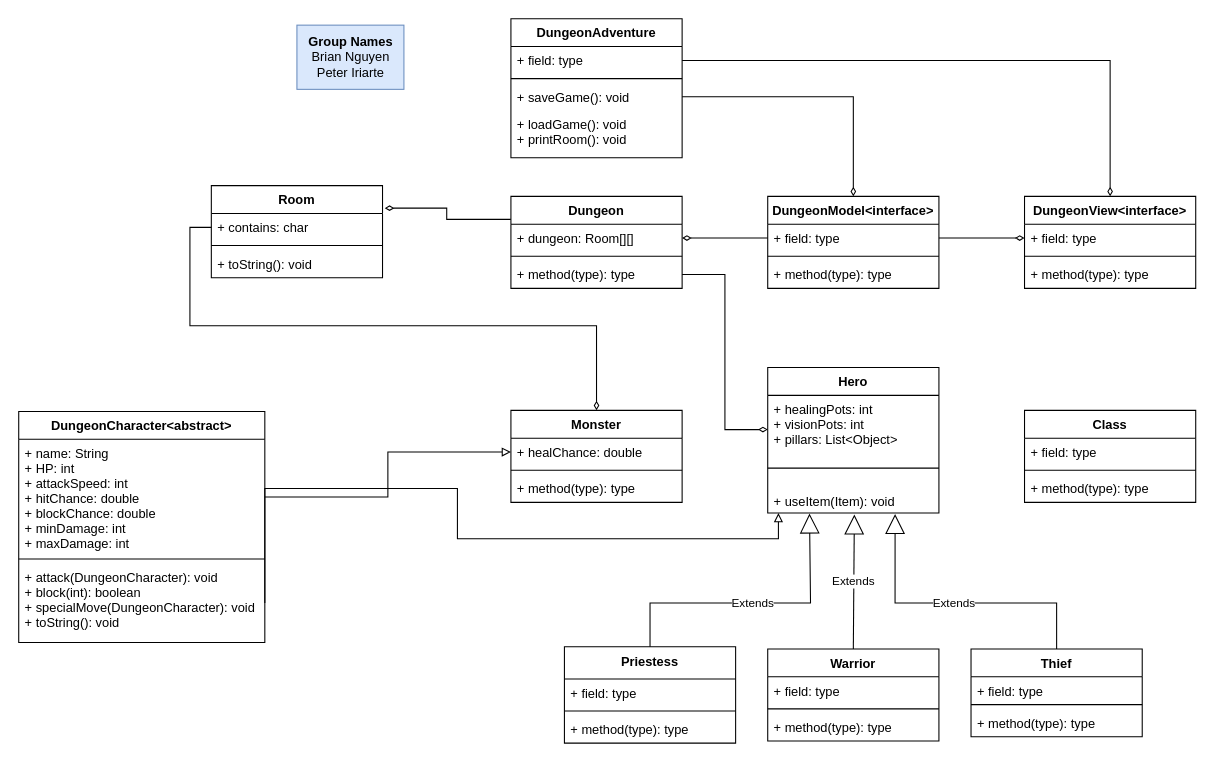
dapinkone/TCSS360DungeonAdventure keeps this draw.io diagram as Dungeon.drawio. Above is the earlier version. Source tidied: cells renumbered, new cells numbered last; positions are measured from the earlier drawing's top-left corner, leaving out a move shared by most shapes. Both pictures are drawn from the tidied source at 107%, with x=0, y=0 at pixel (18, 18).
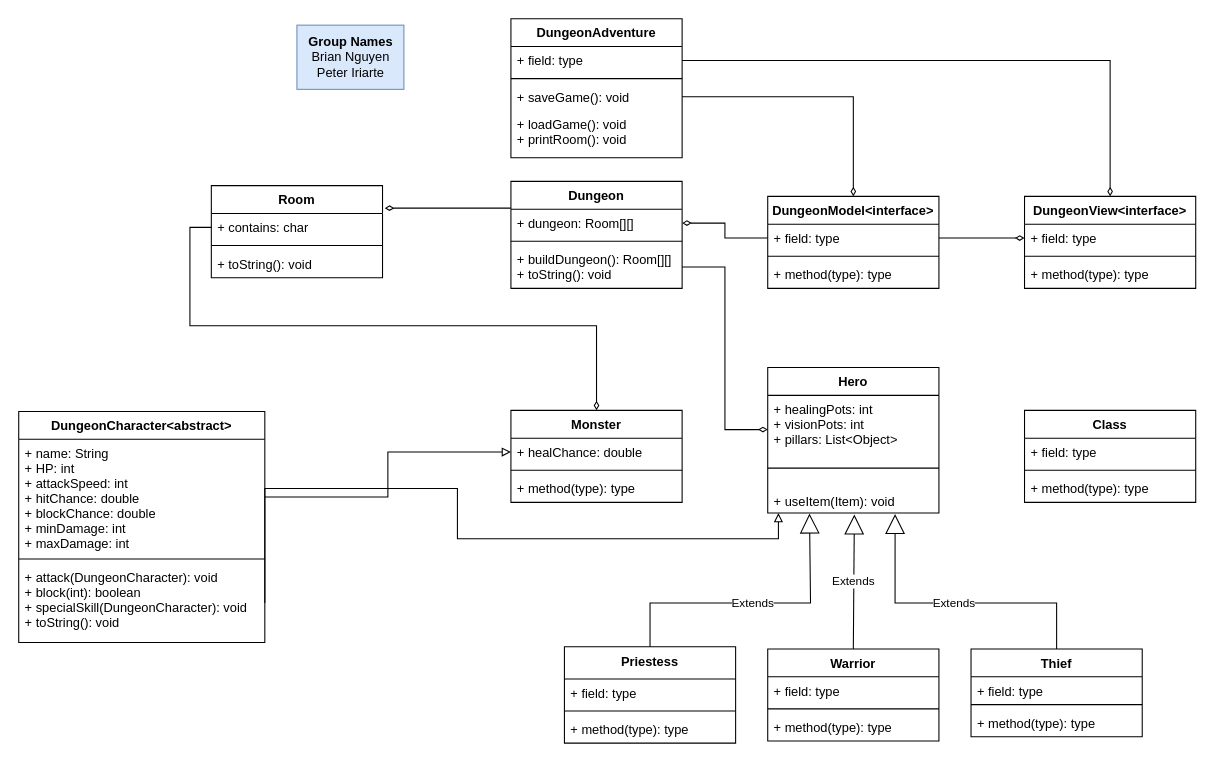
After the change.

Unchanged cells that the change refers to:
```xml
<mxCell id="6" value="DungeonCharacter&lt;abstract&gt;" style="swimlane;fontStyle=1;align=center;verticalAlign=top;horizontal=1;startSize=26;" parent="1" vertex="1">
  <mxGeometry y="367" width="230" height="216" as="geometry" />
</mxCell>
```

Change to the diagram source:
```diff
@@
-    <mxCell id="9" value="+ attack(DungeonCharacter): void&#10;+ block(int): boolean&#10;+ specialMove(DungeonCharacter): void&#10;+ toString(): void" style="text;strokeColor=none;fillColor=none;align=left;verticalAlign=top;spacingLeft=4;spacingRight=4;overflow=hidden;points=[[0,0.5],[1,0.5]];portConstraint=eastwest;" parent="6" vertex="1">
+    <mxCell id="9" value="+ attack(DungeonCharacter): void&#10;+ block(int): boolean&#10;+ specialSkill(DungeonCharacter): void&#10;+ toString(): void" style="text;strokeColor=none;fillColor=none;align=left;verticalAlign=top;spacingLeft=4;spacingRight=4;overflow=hidden;points=[[0,0.5],[1,0.5]];portConstraint=eastwest;" parent="6" vertex="1">
       <mxGeometry y="142" width="230" height="74" as="geometry" />
     </mxCell>
@@
     <mxCell id="27" value="Dungeon&#10;" style="swimlane;fontStyle=1;align=center;verticalAlign=top;horizontal=1;startSize=26;" parent="1" vertex="1">
-      <mxGeometry x="460" y="166" width="160" height="86" as="geometry" />
+      <mxGeometry x="460" y="152" width="160" height="100" as="geometry" />
     </mxCell>
@@
-    <mxCell id="30" value="+ method(type): type" style="text;strokeColor=none;fillColor=none;align=left;verticalAlign=top;spacingLeft=4;spacingRight=4;overflow=hidden;points=[[0,0.5],[1,0.5]];portConstraint=eastwest;" parent="27" vertex="1">
-      <mxGeometry y="60" width="160" height="26" as="geometry" />
+    <mxCell id="30" value="+ buildDungeon(): Room[][]&#10;+ toString(): void" style="text;strokeColor=none;fillColor=none;align=left;verticalAlign=top;spacingLeft=4;spacingRight=4;overflow=hidden;points=[[0,0.5],[1,0.5]];portConstraint=eastwest;" parent="27" vertex="1">
+      <mxGeometry y="60" width="160" height="40" as="geometry" />
     </mxCell>
```
